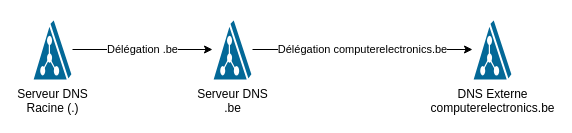
Before: diagrams/dns_delegation_public.drawio in choquitofrito/ActiveDirectory, a draw.io diagram. Source tidied: cells renumbered, new cells numbered last; positions are measured from the earlier drawing's top-left corner, leaving out a move shared by most shapes. Both pictures are drawn from the tidied source at 100%, with x=0, y=0 at pixel (32, 18).
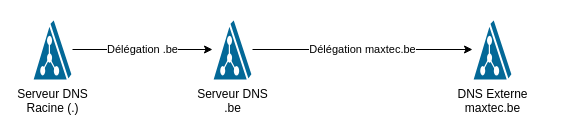
After the change.

Diff of the diagram source:
```diff
@@
 <mxGraphModel>
   <root>
     <mxCell id="0" />
     <mxCell id="1" parent="0" />
     <mxCell id="2" value="Serveur DNS&#10;Racine (.)" style="shape=mxgraph.cisco.servers.directory_server;html=1;dashed=0;fillColor=#036897;strokeColor=#ffffff;strokeWidth=2;verticalLabelPosition=bottom;verticalAlign=top;align=center;outlineConnect=0;" parent="1" vertex="1">
       <mxGeometry width="40" height="62" as="geometry" />
     </mxCell>
     <mxCell id="3" value="Serveur DNS&#10;.be" style="shape=mxgraph.cisco.servers.directory_server;html=1;dashed=0;fillColor=#036897;strokeColor=#ffffff;strokeWidth=2;verticalLabelPosition=bottom;verticalAlign=top;align=center;outlineConnect=0;" parent="1" vertex="1">
       <mxGeometry x="180" width="40" height="62" as="geometry" />
     </mxCell>
-    <mxCell id="4" value="DNS Externe&#10;computerelectronics.be" style="shape=mxgraph.cisco.servers.directory_server;html=1;dashed=0;fillColor=#036897;strokeColor=#ffffff;strokeWidth=2;verticalLabelPosition=bottom;verticalAlign=top;align=center;outlineConnect=0;" parent="1" vertex="1">
+    <mxCell id="4" value="DNS Externe&#10;maxtec.be" style="shape=mxgraph.cisco.servers.directory_server;html=1;dashed=0;fillColor=#036897;strokeColor=#ffffff;strokeWidth=2;verticalLabelPosition=bottom;verticalAlign=top;align=center;outlineConnect=0;" parent="1" vertex="1">
       <mxGeometry x="440" width="40" height="62" as="geometry" />
     </mxCell>
     <mxCell id="5" value="Délégation .be" style="edgeStyle=orthogonalEdgeStyle;rounded=0;jettySize=auto;html=1;" parent="1" edge="1" source="2" target="3">
       <mxGeometry relative="1" as="geometry" />
     </mxCell>
-    <mxCell id="6" value="Délégation computerelectronics.be" style="edgeStyle=orthogonalEdgeStyle;rounded=0;jettySize=auto;html=1;" parent="1" edge="1" source="3" target="4">
+    <mxCell id="6" value="Délégation maxtec.be" style="edgeStyle=orthogonalEdgeStyle;rounded=0;jettySize=auto;html=1;" parent="1" edge="1" source="3" target="4">
       <mxGeometry relative="1" as="geometry" />
     </mxCell>
   </root>
 </mxGraphModel>
```
